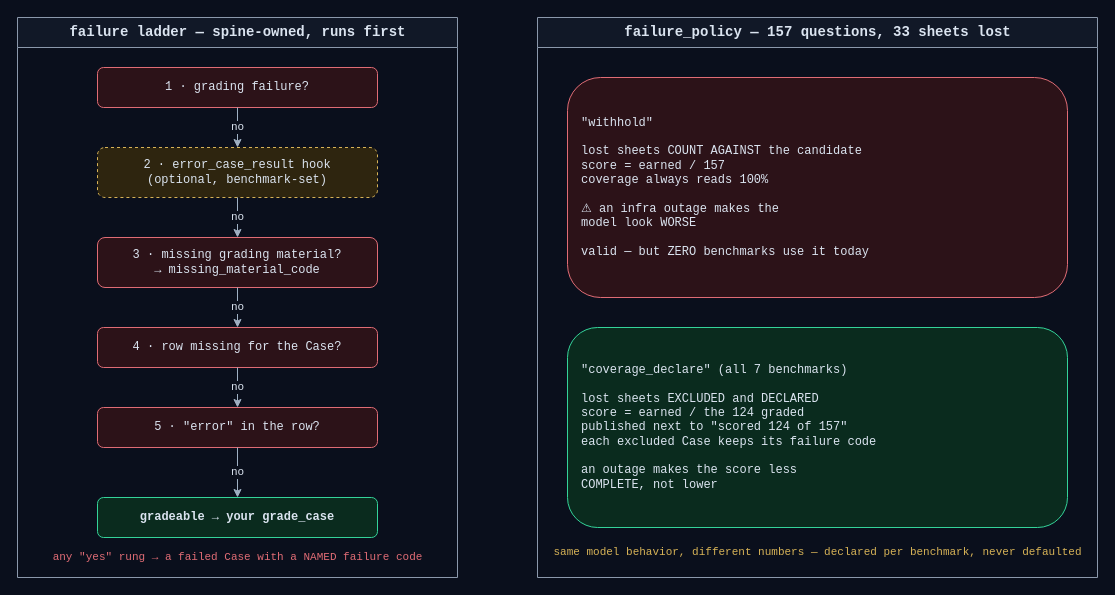
Earlier version of the draw.io diagram apps/screamingface-engine/docs/diagrams/failure-ladder-and-policy.drawio (ScreamingFace/screamingface). Source tidied: cells renumbered, new cells numbered last; positions are measured from the earlier drawing's top-left corner, leaving out a move shared by most shapes. Both pictures are drawn from the tidied source at 100%, with x=0, y=0 at pixel (17, 17).
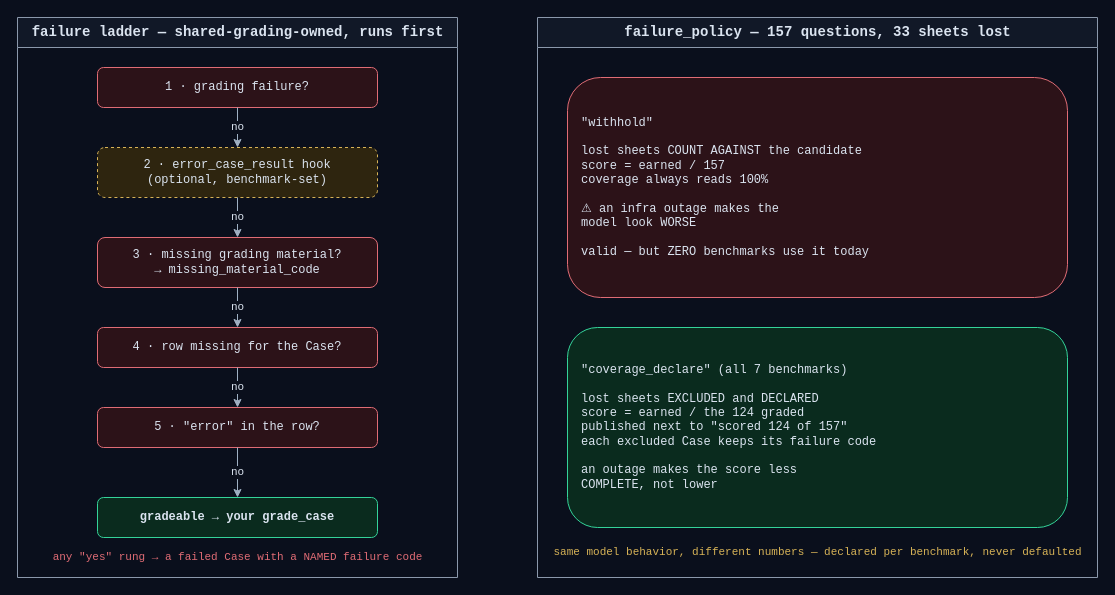
After the change.

The edit, as a diff of the source:
```diff
@@
 <mxGraphModel background="#0a0f1c">
   <root>
     <mxCell id="0" />
     <mxCell id="1" parent="0" />
-    <mxCell id="2" value="failure ladder — spine-owned, runs first" style="swimlane;startSize=30;html=1;fillColor=#111827;strokeColor=#8b98ab;fontColor=#dbe4f0;fontFamily=Courier New;fontSize=14;fontStyle=1;" parent="1" vertex="1">
+    <mxCell id="2" value="failure ladder — shared-grading-owned, runs first" style="swimlane;startSize=30;html=1;fillColor=#111827;strokeColor=#8b98ab;fontColor=#dbe4f0;fontFamily=Courier New;fontSize=14;fontStyle=1;" parent="1" vertex="1">
       <mxGeometry width="440" height="560" as="geometry" />
     </mxCell>
     <mxCell id="3" value="1 · grading failure?" style="rounded=1;whiteSpace=wrap;html=1;fillColor=#2c1218;strokeColor=#e06c75;fontColor=#dbe4f0;fontFamily=Courier New;fontSize=12;" parent="2" vertex="1">
       <mxGeometry x="80" y="50" width="280" height="40" as="geometry" />
     </mxCell>
     <mxCell id="4" value="2 · error_case_result hook&#10;(optional, benchmark-set)" style="rounded=1;whiteSpace=wrap;html=1;dashed=1;fillColor=#2e250f;strokeColor=#d7b357;fontColor=#dbe4f0;fontFamily=Courier New;fontSize=12;" parent="2" vertex="1">
       <mxGeometry x="80" y="130" width="280" height="50" as="geometry" />
     </mxCell>
     <mxCell id="5" value="3 · missing grading material?&#10;→ missing_material_code" style="rounded=1;whiteSpace=wrap;html=1;fillColor=#2c1218;strokeColor=#e06c75;fontColor=#dbe4f0;fontFamily=Courier New;fontSize=12;" parent="2" vertex="1">
       <mxGeometry x="80" y="220" width="280" height="50" as="geometry" />
     </mxCell>
     <mxCell id="6" value="4 · row missing for the Case?" style="rounded=1;whiteSpace=wrap;html=1;fillColor=#2c1218;strokeColor=#e06c75;fontColor=#dbe4f0;fontFamily=Courier New;fontSize=12;" parent="2" vertex="1">
       <mxGeometry x="80" y="310" width="280" height="40" as="geometry" />
     </mxCell>
     <mxCell id="7" value="5 · &quot;error&quot; in the row?" style="rounded=1;whiteSpace=wrap;html=1;fillColor=#2c1218;strokeColor=#e06c75;fontColor=#dbe4f0;fontFamily=Courier New;fontSize=12;" parent="2" vertex="1">
       <mxGeometry x="80" y="390" width="280" height="40" as="geometry" />
     </mxCell>
     <mxCell id="8" value="gradeable → your grade_case" style="rounded=1;whiteSpace=wrap;html=1;fillColor=#0a2b1e;strokeColor=#34d399;fontColor=#dbe4f0;fontFamily=Courier New;fontSize=12;fontStyle=1;" parent="2" vertex="1">
       <mxGeometry x="80" y="480" width="280" height="40" as="geometry" />
     </mxCell>
     <mxCell id="9" value="no" style="edgeStyle=orthogonalEdgeStyle;rounded=1;jettySize=auto;html=1;strokeColor=#9fb0c3;fontColor=#dbe4f0;fontFamily=Courier New;fontSize=11;labelBackgroundColor=#0a0f1c;exitX=0.5;exitY=1;entryX=0.5;entryY=0;" parent="2" edge="1" source="3" target="4">
       <mxGeometry relative="1" as="geometry" />
     </mxCell>
     <mxCell id="10" value="no" style="edgeStyle=orthogonalEdgeStyle;rounded=1;jettySize=auto;html=1;strokeColor=#9fb0c3;fontColor=#dbe4f0;fontFamily=Courier New;fontSize=11;labelBackgroundColor=#0a0f1c;exitX=0.5;exitY=1;entryX=0.5;entryY=0;" parent="2" edge="1" source="4" target="5">
       <mxGeometry relative="1" as="geometry" />
     </mxCell>
     <mxCell id="11" value="no" style="edgeStyle=orthogonalEdgeStyle;rounded=1;jettySize=auto;html=1;strokeColor=#9fb0c3;fontColor=#dbe4f0;fontFamily=Courier New;fontSize=11;labelBackgroundColor=#0a0f1c;exitX=0.5;exitY=1;entryX=0.5;entryY=0;" parent="2" edge="1" source="5" target="6">
       <mxGeometry relative="1" as="geometry" />
     </mxCell>
     <mxCell id="12" value="no" style="edgeStyle=orthogonalEdgeStyle;rounded=1;jettySize=auto;html=1;strokeColor=#9fb0c3;fontColor=#dbe4f0;fontFamily=Courier New;fontSize=11;labelBackgroundColor=#0a0f1c;exitX=0.5;exitY=1;entryX=0.5;entryY=0;" parent="2" edge="1" source="6" target="7">
       <mxGeometry relative="1" as="geometry" />
     </mxCell>
     <mxCell id="13" value="no" style="edgeStyle=orthogonalEdgeStyle;rounded=1;jettySize=auto;html=1;strokeColor=#9fb0c3;fontColor=#dbe4f0;fontFamily=Courier New;fontSize=11;labelBackgroundColor=#0a0f1c;exitX=0.5;exitY=1;entryX=0.5;entryY=0;" parent="2" edge="1" source="7" target="8">
       <mxGeometry relative="1" as="geometry" />
     </mxCell>
     <mxCell id="14" value="any &quot;yes&quot; rung → a failed Case with a NAMED failure code" style="text;html=1;align=center;verticalAlign=middle;fontColor=#e06c75;fontFamily=Courier New;fontSize=11;" parent="2" vertex="1">
       <mxGeometry x="40" y="530" width="360" height="20" as="geometry" />
     </mxCell>
     <mxCell id="15" value="failure_policy — 157 questions, 33 sheets lost" style="swimlane;startSize=30;html=1;fillColor=#111827;strokeColor=#8b98ab;fontColor=#dbe4f0;fontFamily=Courier New;fontSize=14;fontStyle=1;" parent="1" vertex="1">
       <mxGeometry x="520" width="560" height="560" as="geometry" />
     </mxCell>
     <mxCell id="16" value="&quot;withhold&quot;&#10;&#10;lost sheets COUNT AGAINST the candidate&#10;score = earned / 157&#10;coverage always reads 100%&#10;&#10;⚠ an infra outage makes the&#10;model look WORSE&#10;&#10;valid — but ZERO benchmarks use it today" style="rounded=1;whiteSpace=wrap;html=1;fillColor=#2c1218;strokeColor=#e06c75;fontColor=#dbe4f0;fontFamily=Courier New;fontSize=12;align=left;spacingLeft=12;" parent="15" vertex="1">
       <mxGeometry x="30" y="60" width="500" height="220" as="geometry" />
     </mxCell>
     <mxCell id="17" value="&quot;coverage_declare&quot;  (all 7 benchmarks)&#10;&#10;lost sheets EXCLUDED and DECLARED&#10;score = earned / the 124 graded&#10;published next to &quot;scored 124 of 157&quot;&#10;each excluded Case keeps its failure code&#10;&#10;an outage makes the score less&#10;COMPLETE, not lower" style="rounded=1;whiteSpace=wrap;html=1;fillColor=#0a2b1e;strokeColor=#34d399;fontColor=#dbe4f0;fontFamily=Courier New;fontSize=12;align=left;spacingLeft=12;" parent="15" vertex="1">
       <mxGeometry x="30" y="310" width="500" height="200" as="geometry" />
     </mxCell>
     <mxCell id="18" value="same model behavior, different numbers — declared per benchmark, never defaulted" style="text;html=1;align=center;verticalAlign=middle;fontColor=#d7b357;fontFamily=Courier New;fontSize=11;" parent="15" vertex="1">
       <mxGeometry x="30" y="525" width="500" height="20" as="geometry" />
     </mxCell>
   </root>
 </mxGraphModel>
```
